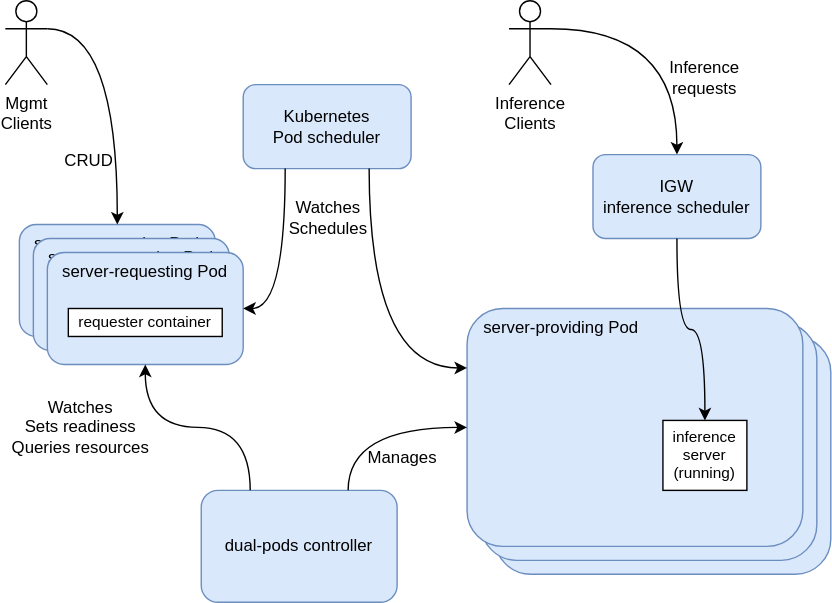
The draw.io diagram docs/llm-d-fma-arch-m2.drawio.svg in llm-d-incubation/llm-d-fast-model-actuation, before a commit. Source tidied: cells renumbered, new cells last; positions are measured from the earlier drawing's top-left corner, leaving out a move shared by most shapes.
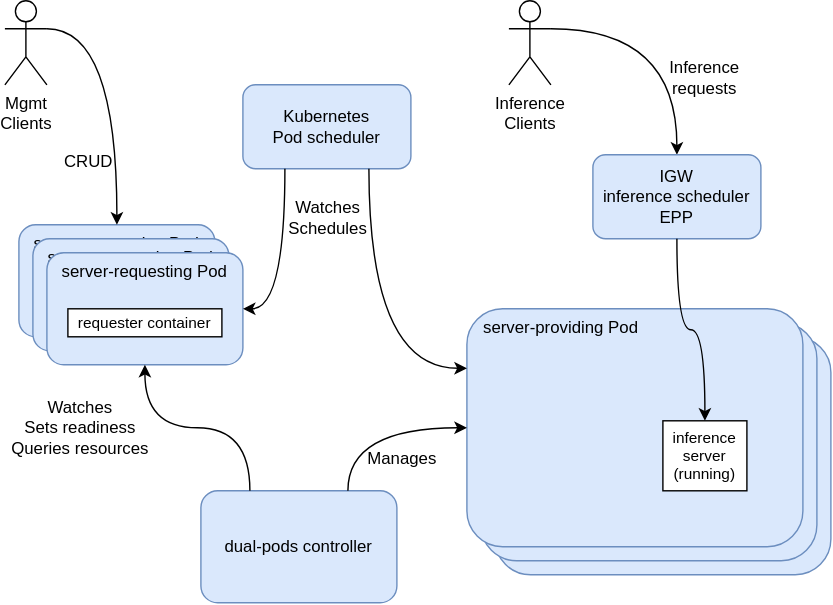
Later version of the same file.

Commit message:
Second round of updates to dual-pods doc (#675)

* Second round of updates to dual-pods doc


* Typo fix and a tiny wording improvement


---------

Diff of the diagram source:
```diff
@@ -71,7 +71,7 @@
     <mxCell id="24" value="Watches&lt;div&gt;Schedules&lt;/div&gt;" style="text;html=1;align=center;verticalAlign=middle;whiteSpace=wrap;rounded=0;" parent="1" vertex="1">
       <mxGeometry x="201" y="140" width="60" height="30" as="geometry" />
     </mxCell>
-    <mxCell id="25" value="IGW&lt;div&gt;inference scheduler&lt;/div&gt;" style="rounded=1;whiteSpace=wrap;html=1;fontSize=12;verticalAlign=middle;fillColor=#dae8fc;strokeColor=#6c8ebf;" parent="1" vertex="1">
+    <mxCell id="25" value="IGW&lt;div&gt;inference scheduler&lt;/div&gt;&lt;div&gt;EPP&lt;/div&gt;" style="rounded=1;whiteSpace=wrap;html=1;fontSize=12;verticalAlign=middle;fillColor=#dae8fc;strokeColor=#6c8ebf;" parent="1" vertex="1">
       <mxGeometry x="420" y="110" width="120" height="60" as="geometry" />
     </mxCell>
     <mxCell id="26" style="edgeStyle=orthogonalEdgeStyle;rounded=0;jettySize=auto;html=1;exitX=0.5;exitY=1;exitDx=0;exitDy=0;entryX=0.5;entryY=0;entryDx=0;entryDy=0;curved=1;" parent="1" edge="1" source="25" target="10">
```
